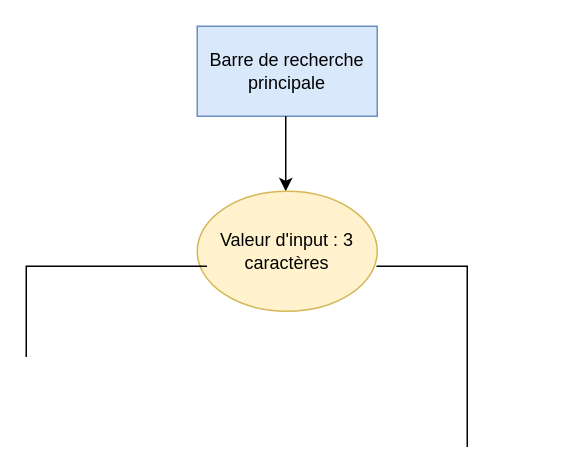
This is Diagramme 2 solutions tri.drawio from Romain-6793/RomainClaudot_7_30052022, a draw.io file, before an edit. Source tidied: cells renumbered, new cells numbered last; positions are measured from the earlier drawing's top-left corner, leaving out a move shared by most shapes. Both pictures are drawn from the tidied source at 150%, with x=0, y=0 at pixel (26, 26).
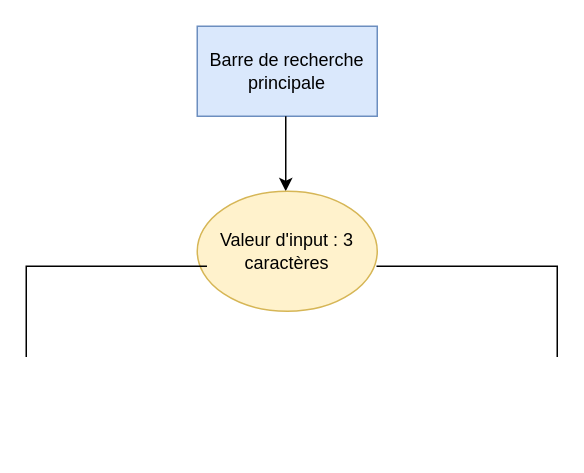
After the change.

Commit message:
Mettre à jour Diagramme 2 solutions tri.drawio

What changed in the source:
```diff
@@
 <mxGraphModel>
   <root>
     <mxCell id="0" />
     <mxCell id="1" parent="0" />
-    <mxCell id="2" style="shape=partialRectangle;whiteSpace=wrap;html=1;top=0;left=0;fillColor=none;direction=north;" parent="1" vertex="1">
-      <mxGeometry x="234" y="160" width="60" height="120" as="geometry" />
+    <mxCell id="2" style="shape=partialRectangle;whiteSpace=wrap;html=1;top=0;left=0;fillColor=none;direction=east;flipH=0;flipV=1;" parent="1" vertex="1">
+      <mxGeometry x="234" y="160" width="120" height="60" as="geometry" />
     </mxCell>
     <mxCell id="3" value="&lt;div&gt;Barre de recherche principale&lt;/div&gt;" style="rounded=0;whiteSpace=wrap;html=1;direction=west;fillColor=#dae8fc;strokeColor=#6c8ebf;" parent="1" vertex="1">
       <mxGeometry x="114" width="120" height="60" as="geometry" />
     </mxCell>
     <mxCell id="4" style="endArrow=classic;html=1;rounded=0;" parent="1" edge="1">
       <mxGeometry relative="1" as="geometry">
         <mxPoint x="173" y="60" as="sourcePoint" />
         <mxPoint x="173" y="110" as="targetPoint" />
       </mxGeometry>
     </mxCell>
     <mxCell id="5" value="&lt;div&gt;Valeur d'input : 3 caractères&lt;/div&gt;" style="ellipse;whiteSpace=wrap;html=1;fillColor=#fff2cc;strokeColor=#d6b656;" parent="1" vertex="1">
       <mxGeometry x="114" y="110" width="120" height="80" as="geometry" />
     </mxCell>
     <mxCell id="6" style="shape=partialRectangle;whiteSpace=wrap;html=1;bottom=0;right=0;fillColor=none;" parent="1" vertex="1">
       <mxGeometry y="160" width="120" height="60" as="geometry" />
     </mxCell>
   </root>
 </mxGraphModel>
```
